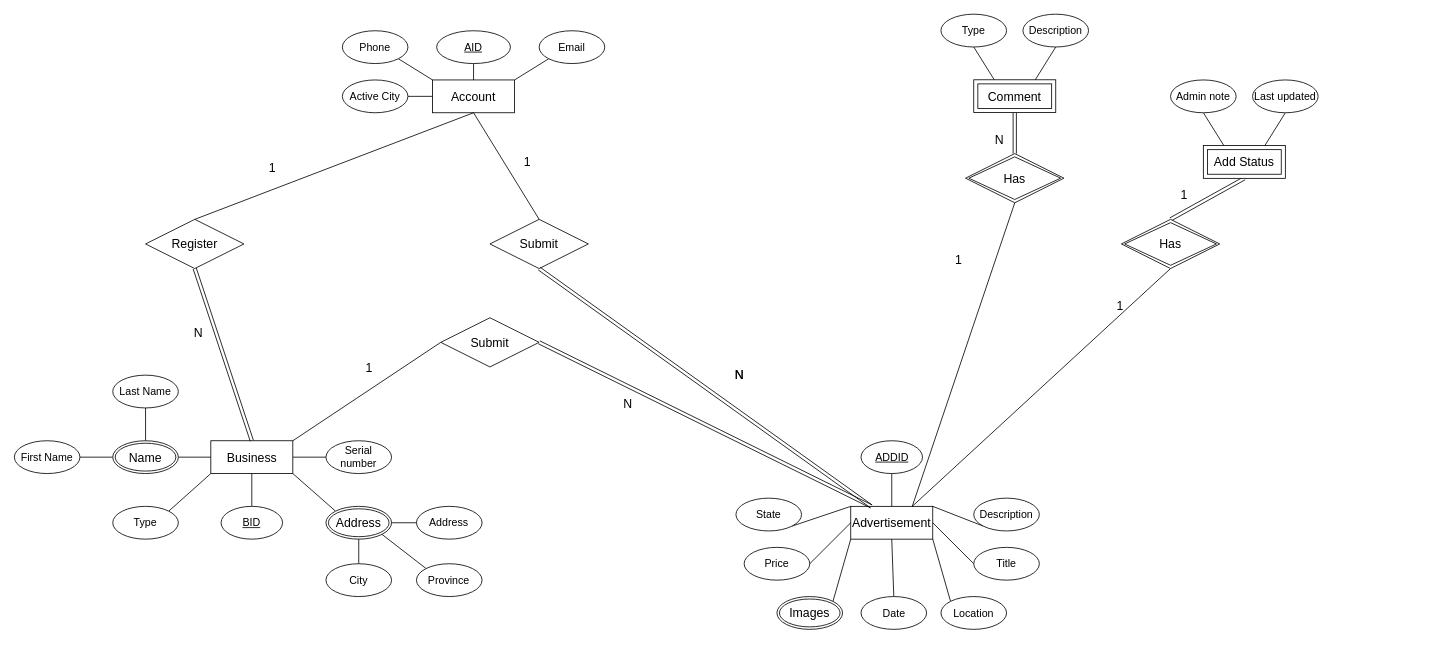
Before: ER/Project_4022_ERD.drawio in pootis-tafti/DB_Project_4022, a draw.io diagram. Source tidied: cells renumbered, new cells numbered last; positions are measured from the earlier drawing's top-left corner, leaving out a move shared by most shapes. Both pictures are drawn from the tidied source at 82%, with x=0, y=0 at pixel (14, 14).
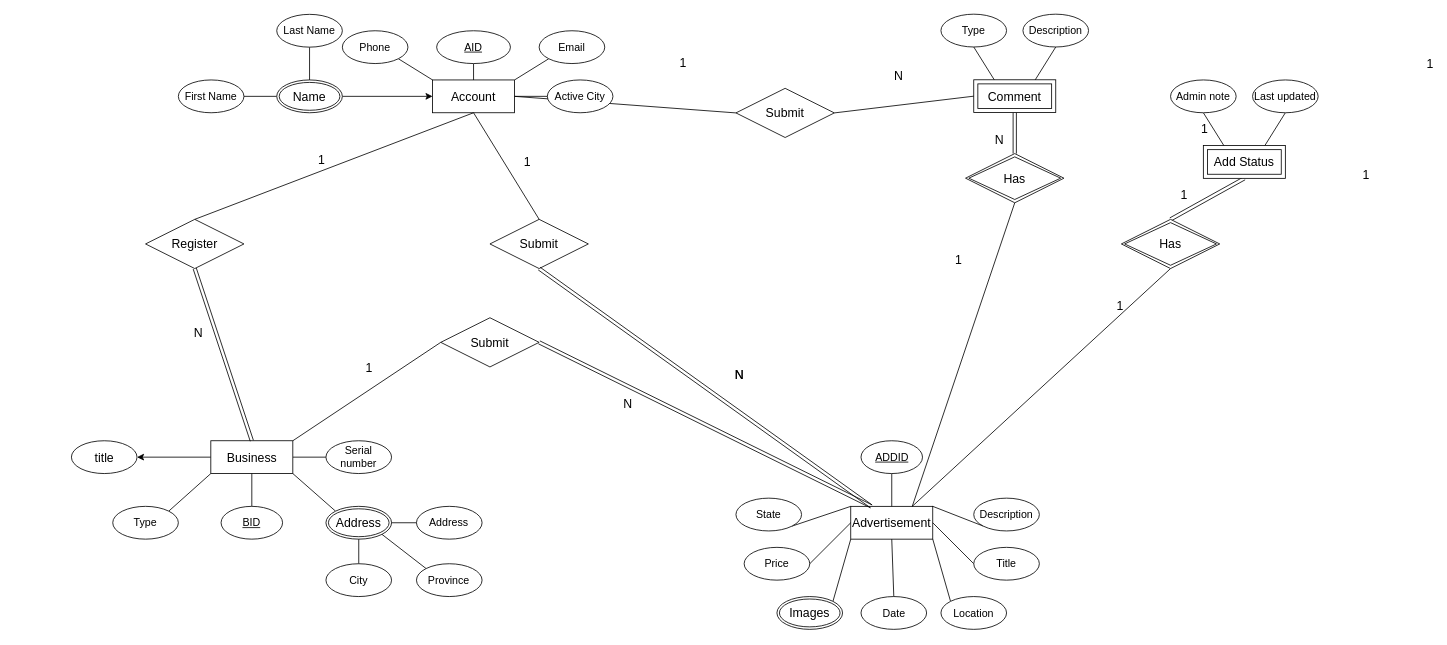
The same diagram, later.

The change refers to these unchanged cells:
```xml
<mxCell id="2" value="Account" style="whiteSpace=wrap;html=1;align=center;fontSize=15;" parent="1" vertex="1">
  <mxGeometry x="510" y="80" width="100" height="40" as="geometry" />
</mxCell>
<mxCell id="28" value="Business" style="whiteSpace=wrap;html=1;align=center;fontSize=15;" parent="1" vertex="1">
  <mxGeometry x="239.6" y="520" width="100" height="40" as="geometry" />
</mxCell>
<mxCell id="47" value="&lt;font style=&quot;font-size: 15px;&quot;&gt;Comment&lt;/font&gt;" style="shape=ext;margin=3;double=1;whiteSpace=wrap;html=1;align=center;fontFamily=Helvetica;fontSize=13;fontColor=default;" parent="1" vertex="1">
  <mxGeometry x="1170" y="79.8" width="100" height="40" as="geometry" />
</mxCell>
```

What changed in the source:
```diff
@@
+    <mxCell id="85" style="edgeStyle=none;shape=connector;rounded=0;html=1;exitX=1;exitY=0.5;exitDx=0;exitDy=0;entryX=0;entryY=0.5;entryDx=0;entryDy=0;labelBackgroundColor=default;strokeColor=default;fontFamily=Helvetica;fontSize=15;fontColor=default;endArrow=none;" parent="1" edge="1" source="2" target="90">
+      <mxGeometry relative="1" as="geometry" />
+    </mxCell>
@@
     <mxCell id="9" value="Active City" style="ellipse;whiteSpace=wrap;html=1;align=center;fontSize=13;" parent="1" vertex="1">
-      <mxGeometry x="400" y="80" width="80" height="40" as="geometry" />
+      <mxGeometry x="650" y="80" width="80" height="40" as="geometry" />
     </mxCell>
-    <mxCell id="10" style="endArrow=none;html=1;rounded=0;fontSize=13;exitX=1;exitY=0.5;exitDx=0;exitDy=0;entryX=0;entryY=0.5;entryDx=0;entryDy=0;" parent="1" edge="1" source="9" target="2">
-      <mxGeometry relative="1" as="geometry" />
+    <mxCell id="10" style="endArrow=none;html=1;rounded=0;fontSize=13;exitX=0;exitY=0.5;exitDx=0;exitDy=0;" parent="1" edge="1" source="9">
+      <mxGeometry relative="1" as="geometry">
+        <mxPoint x="610" y="100" as="targetPoint" />
+      </mxGeometry>
     </mxCell>
@@
+    <mxCell id="86" style="edgeStyle=none;html=1;" parent="1" edge="1" source="28" target="88">
+      <mxGeometry relative="1" as="geometry" />
+    </mxCell>
@@
-    <mxCell id="29" style="edgeStyle=none;shape=connector;rounded=0;html=1;labelBackgroundColor=default;strokeColor=default;fontFamily=Helvetica;fontSize=15;fontColor=default;endArrow=none;" parent="1" edge="1" source="32" target="28">
-      <mxGeometry relative="1" as="geometry" />
-    </mxCell>
@@
+    <mxCell id="87" style="edgeStyle=none;html=1;exitX=1;exitY=0.5;exitDx=0;exitDy=0;entryX=0;entryY=0.5;entryDx=0;entryDy=0;" parent="1" edge="1" source="32" target="2">
+      <mxGeometry relative="1" as="geometry" />
+    </mxCell>
     <mxCell id="32" value="Name" style="ellipse;shape=doubleEllipse;margin=3;whiteSpace=wrap;html=1;align=center;fontFamily=Helvetica;fontSize=15;fontColor=default;" parent="1" vertex="1">
-      <mxGeometry x="120" y="520" width="80" height="40" as="geometry" />
+      <mxGeometry x="320" y="80" width="80" height="40" as="geometry" />
     </mxCell>
@@
     <mxCell id="61" value="1" style="html=1;align=right;verticalAlign=bottom;fontFamily=Helvetica;fontSize=15;fontColor=default;" parent="1" vertex="1">
-      <mxGeometry x="280" y="99.8" as="geometry">
+      <mxGeometry x="340.4" y="89.8" as="geometry">
         <mxPoint x="39" y="98" as="offset" />
       </mxGeometry>
     </mxCell>
@@
     <mxCell id="78" value="Last Name" style="ellipse;whiteSpace=wrap;html=1;align=center;fontFamily=Helvetica;fontSize=13;fontColor=default;" parent="1" vertex="1">
-      <mxGeometry x="120" y="440" width="80" height="40" as="geometry" />
+      <mxGeometry x="320" width="80" height="40" as="geometry" />
     </mxCell>
     <mxCell id="79" value="First Name" style="ellipse;whiteSpace=wrap;html=1;align=center;fontFamily=Helvetica;fontSize=13;fontColor=default;" parent="1" vertex="1">
-      <mxGeometry y="520" width="80" height="40" as="geometry" />
+      <mxGeometry x="200" y="80" width="80" height="40" as="geometry" />
     </mxCell>
@@
+    <mxCell id="88" value="title" style="ellipse;whiteSpace=wrap;html=1;fontSize=15;" parent="1" vertex="1">
+      <mxGeometry x="69.6" y="520" width="80" height="40" as="geometry" />
+    </mxCell>
+    <mxCell id="89" style="edgeStyle=none;shape=connector;rounded=0;html=1;exitX=1;exitY=0.5;exitDx=0;exitDy=0;entryX=0;entryY=0.5;entryDx=0;entryDy=0;labelBackgroundColor=default;strokeColor=default;fontFamily=Helvetica;fontSize=15;fontColor=default;endArrow=none;" parent="1" edge="1" source="90" target="47">
+      <mxGeometry relative="1" as="geometry" />
+    </mxCell>
+    <mxCell id="90" value="Submit" style="shape=rhombus;perimeter=rhombusPerimeter;whiteSpace=wrap;html=1;align=center;fontFamily=Helvetica;fontSize=15;fontColor=default;" parent="1" vertex="1">
+      <mxGeometry x="880" y="90.2" width="120" height="60" as="geometry" />
+    </mxCell>
+    <mxCell id="91" value="1" style="html=1;align=right;verticalAlign=bottom;fontFamily=Helvetica;fontSize=15;fontColor=default;" parent="1" vertex="1">
+      <mxGeometry x="820" y="70" as="geometry" />
+    </mxCell>
+    <mxCell id="92" value="1" style="html=1;align=right;verticalAlign=bottom;fontFamily=Helvetica;fontSize=15;fontColor=default;" parent="1" vertex="1">
+      <mxGeometry x="1090" y="80.2" as="geometry">
+        <mxPoint x="366" y="70" as="offset" />
+      </mxGeometry>
+    </mxCell>
+    <mxCell id="93" value="1" style="html=1;align=right;verticalAlign=bottom;fontFamily=Helvetica;fontSize=15;fontColor=default;" parent="1" vertex="1">
+      <mxGeometry x="1040" y="120.2" as="geometry">
+        <mxPoint x="691" y="-49" as="offset" />
+      </mxGeometry>
+    </mxCell>
+    <mxCell id="94" value="1" style="html=1;align=right;verticalAlign=bottom;fontFamily=Helvetica;fontSize=15;fontColor=default;" parent="1" vertex="1">
+      <mxGeometry x="1060" y="150.2" as="geometry">
+        <mxPoint x="593" y="56" as="offset" />
+      </mxGeometry>
+    </mxCell>
+    <mxCell id="95" value="N" style="html=1;align=right;verticalAlign=bottom;fontFamily=Helvetica;fontSize=15;fontColor=default;" parent="1" vertex="1">
+      <mxGeometry x="1230" y="60" as="geometry">
+        <mxPoint x="-146" y="26" as="offset" />
+      </mxGeometry>
+    </mxCell>
```
